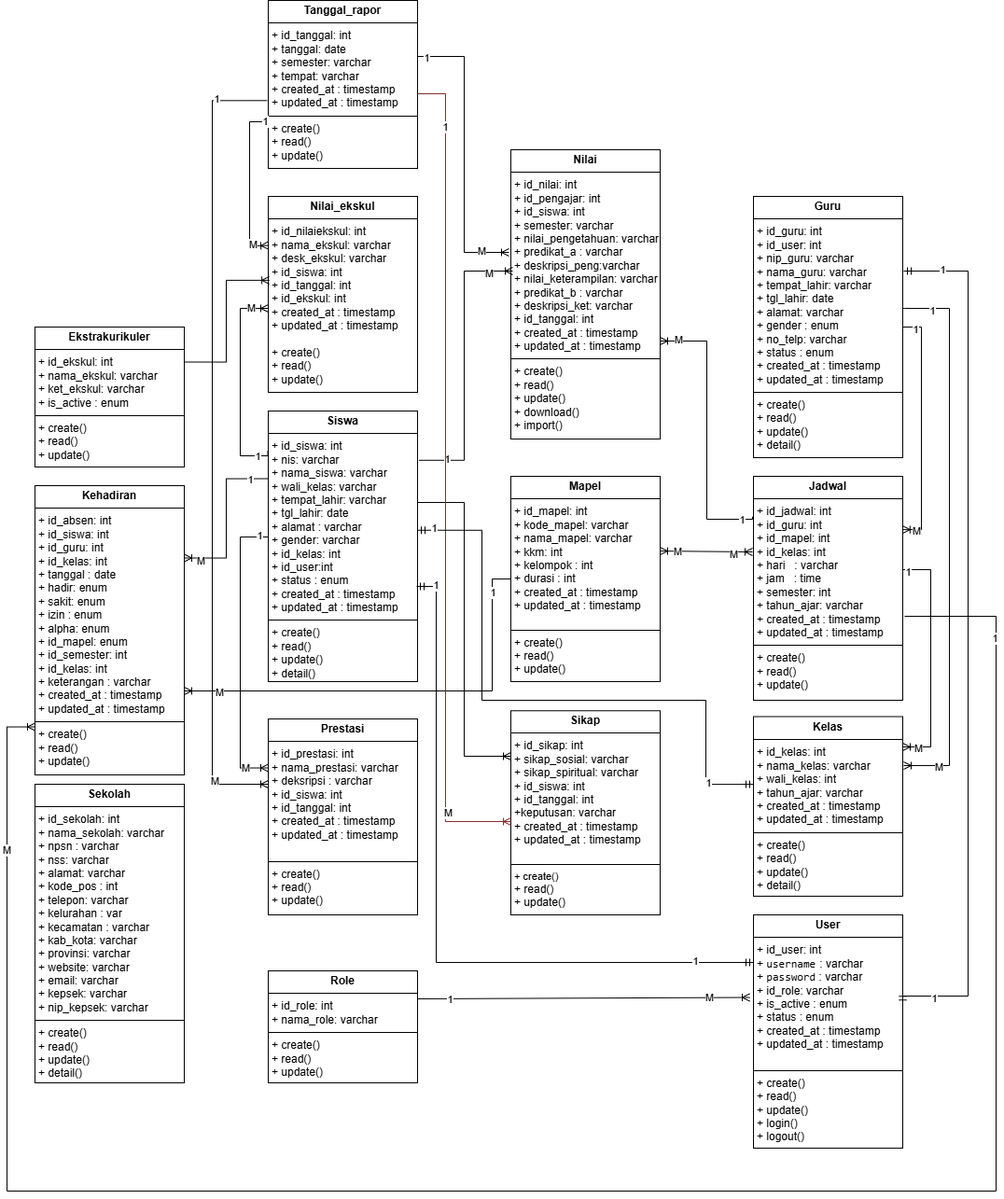
This is CLASS DIAGRAM E RAPORT.drawio.png from akhiratunnisa24/Proyek-2-Web, a draw.io export, as it was before one commit. Source tidied: cells renumbered, new cells last; positions are measured from the earlier drawing's top-left corner, leaving out a move shared by most shapes.
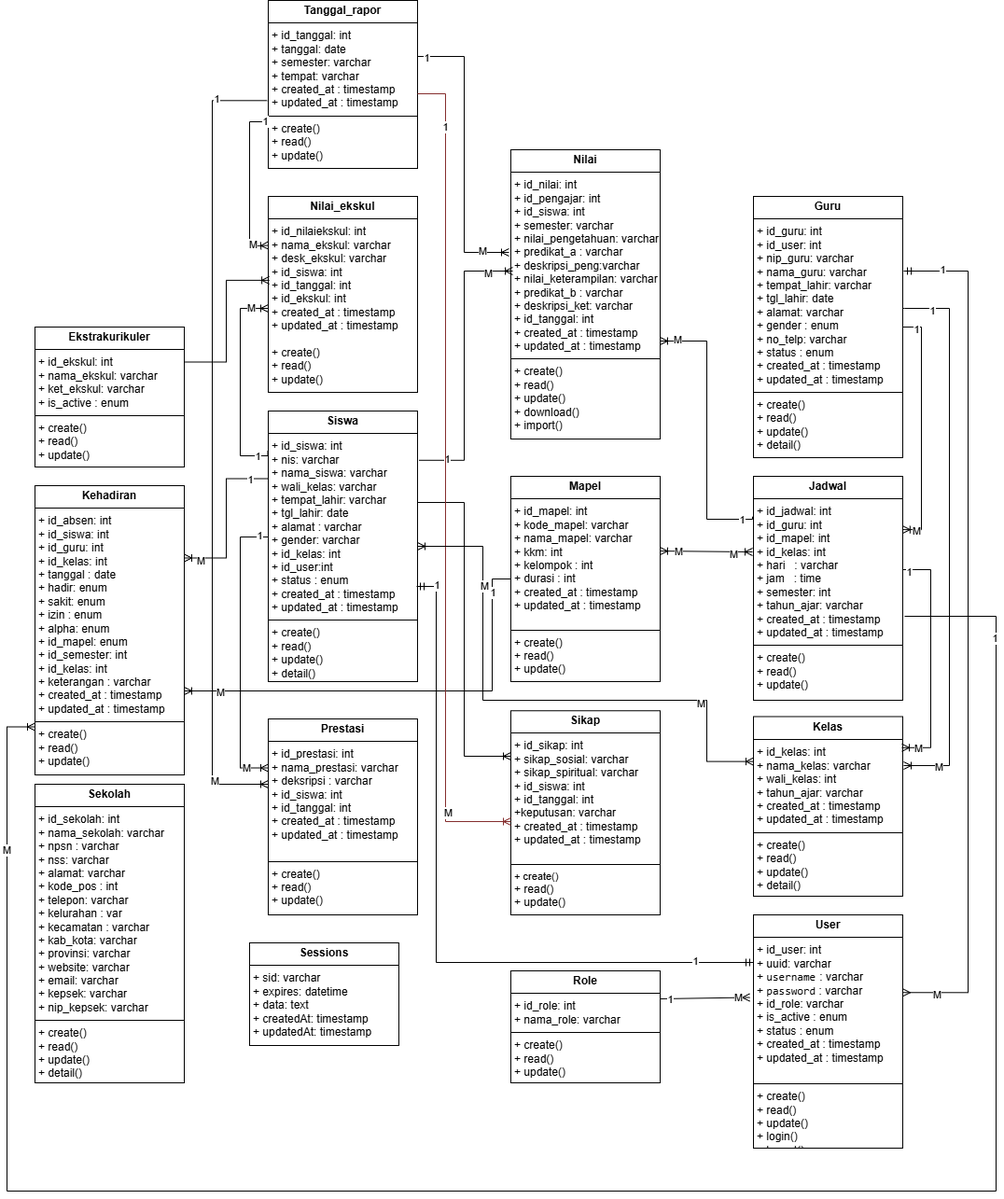
The same file after the commit.

Change to the diagram source:
```diff
@@ -17,11 +17,11 @@
     <mxCell id="6" value="&lt;p style=&quot;margin:0px;margin-top:4px;text-align:center;&quot;&gt;&lt;b&gt;Mapel&lt;/b&gt;&lt;/p&gt;&lt;hr size=&quot;1&quot; style=&quot;border-style:solid;&quot;&gt;&lt;p style=&quot;margin:0px;margin-left:4px;&quot;&gt;+ id_mapel: int&lt;/p&gt;&lt;p style=&quot;margin:0px;margin-left:4px;&quot;&gt;+ kode_mapel: varchar&lt;/p&gt;&lt;p style=&quot;margin:0px;margin-left:4px;&quot;&gt;+ nama_mapel: varchar&lt;/p&gt;&lt;p style=&quot;margin:0px;margin-left:4px;&quot;&gt;+ kkm: int&lt;/p&gt;&lt;p style=&quot;margin:0px;margin-left:4px;&quot;&gt;+ kelompok : int&lt;/p&gt;&lt;p style=&quot;margin:0px;margin-left:4px;&quot;&gt;+ durasi : int&lt;/p&gt;&lt;p style=&quot;margin: 0px 0px 0px 4px;&quot;&gt;&lt;span style=&quot;background-color: initial;&quot;&gt;+ created_at : timestamp&lt;/span&gt;&lt;/p&gt;&lt;p style=&quot;margin: 0px 0px 0px 4px;&quot;&gt;&lt;span style=&quot;background-color: initial;&quot;&gt;+ updated_at : timestamp&lt;/span&gt;&lt;/p&gt;&lt;div style=&quot;font-size: 11px;&quot;&gt;&lt;span style=&quot;background-color: initial;&quot;&gt;&lt;font style=&quot;font-size: 11px;&quot;&gt;&lt;br&gt;&lt;/font&gt;&lt;/span&gt;&lt;/div&gt;&lt;hr size=&quot;1&quot; style=&quot;border-style: solid; font-size: 11px;&quot;&gt;&lt;p style=&quot;margin:0px;margin-left:4px;&quot;&gt;+ create()&amp;nbsp;&lt;/p&gt;&lt;p style=&quot;margin:0px;margin-left:4px;&quot;&gt;+ read()&lt;/p&gt;&lt;p style=&quot;margin:0px;margin-left:4px;&quot;&gt;&lt;span style=&quot;background-color: initial;&quot;&gt;+ update()&lt;/span&gt;&lt;/p&gt;" style="verticalAlign=top;align=left;overflow=fill;html=1;whiteSpace=wrap;fontFamily=Helvetica;" parent="1" vertex="1">
       <mxGeometry x="540" y="510" width="160" height="220" as="geometry" />
     </mxCell>
-    <mxCell id="7" value="&lt;p style=&quot;margin:0px;margin-top:4px;text-align:center;&quot;&gt;&lt;b&gt;User&lt;/b&gt;&lt;/p&gt;&lt;hr size=&quot;1&quot; style=&quot;border-style:solid;&quot;&gt;&lt;p style=&quot;margin:0px;margin-left:4px;&quot;&gt;+ id_user: int&lt;/p&gt;&lt;p style=&quot;margin:0px;margin-left:4px;&quot;&gt;+ &lt;font face=&quot;monospace&quot;&gt;username&lt;/font&gt;&lt;font face=&quot;Verdana&quot;&gt;&amp;nbsp;&lt;/font&gt;: varchar&lt;/p&gt;&lt;p style=&quot;margin:0px;margin-left:4px;&quot;&gt;+&amp;nbsp;&lt;code&gt;password&lt;/code&gt;&amp;nbsp;: varchar&lt;/p&gt;&lt;p style=&quot;margin:0px;margin-left:4px;&quot;&gt;+ &lt;font&gt;id_role&lt;/font&gt;: varchar&lt;/p&gt;&lt;p style=&quot;margin:0px;margin-left:4px;&quot;&gt;+ is_active : enum&lt;/p&gt;&lt;p style=&quot;margin:0px;margin-left:4px;&quot;&gt;+ status : enum&lt;/p&gt;&lt;p style=&quot;margin: 0px 0px 0px 4px;&quot;&gt;&lt;span style=&quot;background-color: initial;&quot;&gt;+ created_at : timestamp&lt;/span&gt;&lt;/p&gt;&lt;p style=&quot;margin: 0px 0px 0px 4px;&quot;&gt;&lt;span style=&quot;background-color: initial;&quot;&gt;+ updated_at : timestamp&lt;/span&gt;&lt;/p&gt;&lt;div&gt;&lt;span style=&quot;background-color: initial;&quot;&gt;&lt;br&gt;&lt;/span&gt;&lt;/div&gt;&lt;hr size=&quot;1&quot; style=&quot;border-style:solid;&quot;&gt;&lt;p style=&quot;margin:0px;margin-left:4px;&quot;&gt;+ create()&lt;/p&gt;&lt;p style=&quot;margin:0px;margin-left:4px;&quot;&gt;+ read()&lt;/p&gt;&lt;p style=&quot;margin:0px;margin-left:4px;&quot;&gt;+ update()&lt;/p&gt;&lt;p style=&quot;margin:0px;margin-left:4px;&quot;&gt;&lt;span style=&quot;background-color: initial;&quot;&gt;+ login()&lt;/span&gt;&lt;/p&gt;&lt;p style=&quot;margin:0px;margin-left:4px;&quot;&gt;&lt;span style=&quot;background-color: initial;&quot;&gt;+ logout()&lt;/span&gt;&lt;/p&gt;" style="verticalAlign=top;align=left;overflow=fill;html=1;whiteSpace=wrap;fontFamily=Helvetica;" parent="1" vertex="1">
+    <mxCell id="7" value="&lt;p style=&quot;margin:0px;margin-top:4px;text-align:center;&quot;&gt;&lt;b&gt;User&lt;/b&gt;&lt;/p&gt;&lt;hr size=&quot;1&quot; style=&quot;border-style:solid;&quot;&gt;&lt;p style=&quot;margin:0px;margin-left:4px;&quot;&gt;+ id_user: int&lt;/p&gt;&lt;p style=&quot;margin:0px;margin-left:4px;&quot;&gt;+ uuid: varchar&lt;/p&gt;&lt;p style=&quot;margin:0px;margin-left:4px;&quot;&gt;+ &lt;font face=&quot;monospace&quot;&gt;username&lt;/font&gt;&lt;font face=&quot;Verdana&quot;&gt;&amp;nbsp;&lt;/font&gt;: varchar&lt;/p&gt;&lt;p style=&quot;margin:0px;margin-left:4px;&quot;&gt;+&amp;nbsp;&lt;code&gt;password&lt;/code&gt;&amp;nbsp;: varchar&lt;/p&gt;&lt;p style=&quot;margin:0px;margin-left:4px;&quot;&gt;+ &lt;font&gt;id_role&lt;/font&gt;: varchar&lt;/p&gt;&lt;p style=&quot;margin:0px;margin-left:4px;&quot;&gt;+ is_active : enum&lt;/p&gt;&lt;p style=&quot;margin:0px;margin-left:4px;&quot;&gt;+ status : enum&lt;/p&gt;&lt;p style=&quot;margin: 0px 0px 0px 4px;&quot;&gt;&lt;span style=&quot;background-color: initial;&quot;&gt;+ created_at : timestamp&lt;/span&gt;&lt;/p&gt;&lt;p style=&quot;margin: 0px 0px 0px 4px;&quot;&gt;&lt;span style=&quot;background-color: initial;&quot;&gt;+ updated_at : timestamp&lt;/span&gt;&lt;/p&gt;&lt;div&gt;&lt;span style=&quot;background-color: initial;&quot;&gt;&lt;br&gt;&lt;/span&gt;&lt;/div&gt;&lt;hr size=&quot;1&quot; style=&quot;border-style:solid;&quot;&gt;&lt;p style=&quot;margin:0px;margin-left:4px;&quot;&gt;+ create()&lt;/p&gt;&lt;p style=&quot;margin:0px;margin-left:4px;&quot;&gt;+ read()&lt;/p&gt;&lt;p style=&quot;margin:0px;margin-left:4px;&quot;&gt;+ update()&lt;/p&gt;&lt;p style=&quot;margin:0px;margin-left:4px;&quot;&gt;&lt;span style=&quot;background-color: initial;&quot;&gt;+ login()&lt;/span&gt;&lt;/p&gt;&lt;p style=&quot;margin:0px;margin-left:4px;&quot;&gt;&lt;span style=&quot;background-color: initial;&quot;&gt;+ logout()&lt;/span&gt;&lt;/p&gt;" style="verticalAlign=top;align=left;overflow=fill;html=1;whiteSpace=wrap;fontFamily=Helvetica;" parent="1" vertex="1">
       <mxGeometry x="800" y="980" width="160" height="250" as="geometry" />
     </mxCell>
     <mxCell id="8" value="&lt;p style=&quot;margin:0px;margin-top:4px;text-align:center;&quot;&gt;&lt;b&gt;Role&lt;/b&gt;&lt;/p&gt;&lt;hr size=&quot;1&quot; style=&quot;border-style:solid;&quot;&gt;&lt;p style=&quot;margin:0px;margin-left:4px;&quot;&gt;+ id_role: int&lt;/p&gt;&lt;p style=&quot;margin:0px;margin-left:4px;&quot;&gt;+ nama_role: varchar&lt;/p&gt;&lt;hr size=&quot;1&quot; style=&quot;border-style:solid;&quot;&gt;&lt;p style=&quot;margin:0px;margin-left:4px;&quot;&gt;+ create()&amp;nbsp;&lt;/p&gt;&lt;p style=&quot;margin:0px;margin-left:4px;&quot;&gt;+ read()&lt;/p&gt;&lt;p style=&quot;margin:0px;margin-left:4px;&quot;&gt;&lt;span style=&quot;background-color: initial;&quot;&gt;+ update()&lt;/span&gt;&lt;/p&gt;" style="verticalAlign=top;align=left;overflow=fill;html=1;whiteSpace=wrap;fontFamily=Helvetica;" parent="1" vertex="1">
-      <mxGeometry x="280" y="1040" width="160" height="120" as="geometry" />
+      <mxGeometry x="540" y="1040" width="160" height="120" as="geometry" />
     </mxCell>
     <mxCell id="9" value="&lt;p style=&quot;margin:0px;margin-top:4px;text-align:center;&quot;&gt;&lt;b&gt;Kehadiran&lt;/b&gt;&lt;/p&gt;&lt;hr size=&quot;1&quot; style=&quot;border-style:solid;&quot;&gt;&lt;p style=&quot;margin:0px;margin-left:4px;&quot;&gt;+ id_absen: int&lt;/p&gt;&lt;p style=&quot;margin:0px;margin-left:4px;&quot;&gt;+ id_siswa: int&lt;/p&gt;&lt;p style=&quot;margin:0px;margin-left:4px;&quot;&gt;+ id_guru: int&lt;/p&gt;&lt;p style=&quot;margin:0px;margin-left:4px;&quot;&gt;+ id_kelas: int&lt;/p&gt;&lt;p style=&quot;margin:0px;margin-left:4px;&quot;&gt;+ tanggal : date&lt;/p&gt;&lt;p style=&quot;margin:0px;margin-left:4px;&quot;&gt;+ hadir: enum&lt;/p&gt;&lt;p style=&quot;margin:0px;margin-left:4px;&quot;&gt;+ sakit: enum&lt;/p&gt;&lt;p style=&quot;margin:0px;margin-left:4px;&quot;&gt;+ izin : enum&lt;/p&gt;&lt;p style=&quot;margin:0px;margin-left:4px;&quot;&gt;+ alpha: enum&lt;/p&gt;&lt;p style=&quot;margin:0px;margin-left:4px;&quot;&gt;+ id_mapel: enum&lt;/p&gt;&lt;p style=&quot;margin:0px;margin-left:4px;&quot;&gt;+ id_semester: int&lt;/p&gt;&lt;p style=&quot;margin:0px;margin-left:4px;&quot;&gt;+ id_kelas: int&lt;/p&gt;&lt;p style=&quot;margin:0px;margin-left:4px;&quot;&gt;+ keterangan : varchar&lt;/p&gt;&lt;p style=&quot;margin: 0px 0px 0px 4px;&quot;&gt;&lt;span style=&quot;background-color: initial;&quot;&gt;+ created_at : timestamp&lt;/span&gt;&lt;/p&gt;&lt;p style=&quot;margin: 0px 0px 0px 4px;&quot;&gt;&lt;span style=&quot;background-color: initial;&quot;&gt;+ updated_at : timestamp&lt;/span&gt;&lt;/p&gt;&lt;hr size=&quot;1&quot; style=&quot;border-style:solid;&quot;&gt;&lt;p style=&quot;margin:0px;margin-left:4px;&quot;&gt;+ create()&amp;nbsp;&lt;/p&gt;&lt;p style=&quot;margin:0px;margin-left:4px;&quot;&gt;+ read()&lt;/p&gt;&lt;p style=&quot;margin:0px;margin-left:4px;&quot;&gt;&lt;span style=&quot;background-color: initial;&quot;&gt;+ update()&lt;/span&gt;&lt;/p&gt;" style="verticalAlign=top;align=left;overflow=fill;html=1;whiteSpace=wrap;fontFamily=Helvetica;" parent="1" vertex="1">
       <mxGeometry x="30" y="520" width="160" height="310" as="geometry" />
@@ -224,16 +224,16 @@
     <mxCell id="51" value="M" style="edgeLabel;html=1;align=center;verticalAlign=middle;" parent="49" vertex="1">
       <mxGeometry x="0.75" relative="1" as="geometry" />
     </mxCell>
-    <mxCell id="52" style="edgeStyle=orthogonalEdgeStyle;fontSize=12;html=1;endArrow=ERmandOne;startArrow=ERmandOne;rounded=0;exitX=1;exitY=0.333;exitDx=0;exitDy=0;exitPerimeter=0;" parent="1" edge="1" source="7">
+    <mxCell id="52" style="edgeStyle=orthogonalEdgeStyle;fontSize=12;html=1;endArrow=ERmandOne;startArrow=ERmany;rounded=0;exitX=1;exitY=0.333;exitDx=0;exitDy=0;exitPerimeter=0;startFill=0;" parent="1" edge="1" source="7">
       <mxGeometry relative="1" as="geometry">
         <mxPoint x="961" y="290" as="targetPoint" />
         <Array as="points">
-          <mxPoint x="1030" y="1067" />
+          <mxPoint x="1030" y="1063" />
           <mxPoint x="1030" y="290" />
         </Array>
       </mxGeometry>
     </mxCell>
-    <mxCell id="53" value="1" style="edgeLabel;html=1;align=center;verticalAlign=middle;" parent="52" vertex="1">
+    <mxCell id="53" value="M" style="edgeLabel;html=1;align=center;verticalAlign=middle;" parent="52" vertex="1">
       <mxGeometry x="-0.92" y="-2" relative="1" as="geometry">
         <mxPoint x="1" as="offset" />
       </mxGeometry>
@@ -329,23 +329,6 @@
     <mxCell id="69" value="M" style="edgeLabel;html=1;align=center;verticalAlign=middle;" parent="67" vertex="1">
       <mxGeometry x="0.82" y="2" relative="1" as="geometry" />
     </mxCell>
-    <mxCell id="70" style="fontSize=12;html=1;endArrow=ERmandOne;startArrow=ERmandOne;rounded=0;exitX=0;exitY=0.377;exitDx=0;exitDy=0;edgeStyle=orthogonalEdgeStyle;exitPerimeter=0;" parent="1" edge="1" source="3">
-      <mxGeometry relative="1" as="geometry">
-        <mxPoint x="440" y="567.8" as="targetPoint" />
-        <Array as="points">
-          <mxPoint x="749" y="840" />
-          <mxPoint x="749" y="750" />
-          <mxPoint x="509" y="750" />
-          <mxPoint x="509" y="568" />
-        </Array>
-      </mxGeometry>
-    </mxCell>
-    <mxCell id="71" value="1" style="edgeLabel;html=1;align=center;verticalAlign=middle;" parent="70" vertex="1">
-      <mxGeometry x="0.94" y="-2" relative="1" as="geometry" />
-    </mxCell>
-    <mxCell id="72" value="1" style="edgeLabel;html=1;align=center;verticalAlign=middle;" parent="70" vertex="1">
-      <mxGeometry x="-0.84" y="-2" relative="1" as="geometry" />
-    </mxCell>
     <mxCell id="73" style="fontSize=12;html=1;endArrow=ERoneToMany;rounded=0;entryX=0;entryY=0.75;entryDx=0;entryDy=0;edgeStyle=orthogonalEdgeStyle;" parent="1" edge="1">
       <mxGeometry relative="1" as="geometry">
         <mxPoint x="962" y="660" as="sourcePoint" />
@@ -364,5 +347,26 @@
     <mxCell id="75" value="M" style="edgeLabel;html=1;align=center;verticalAlign=middle;" parent="73" vertex="1">
       <mxGeometry x="0.86" y="1" relative="1" as="geometry" />
     </mxCell>
+    <mxCell id="76" style="fontSize=12;html=1;endArrow=ERoneToMany;startArrow=ERoneToMany;rounded=0;exitX=1;exitY=0.5;exitDx=0;exitDy=0;entryX=0;entryY=0.25;entryDx=0;entryDy=0;edgeStyle=orthogonalEdgeStyle;" parent="1" edge="1" source="5" target="3">
+      <mxGeometry relative="1" as="geometry">
+        <Array as="points">
+          <mxPoint x="510" y="585" />
+          <mxPoint x="510" y="750" />
+          <mxPoint x="750" y="750" />
+          <mxPoint x="750" y="816" />
+        </Array>
+      </mxGeometry>
+    </mxCell>
+    <mxCell id="77" value="M" style="edgeLabel;html=1;align=center;verticalAlign=middle;" parent="76" vertex="1">
+      <mxGeometry x="0.59" y="-3" relative="1" as="geometry" />
+    </mxCell>
+    <mxCell id="78" value="M" style="edgeLabel;html=1;align=center;verticalAlign=middle;" parent="76" vertex="1">
+      <mxGeometry x="-0.62" y="1" relative="1" as="geometry">
+        <mxPoint y="1" as="offset" />
+      </mxGeometry>
+    </mxCell>
+    <mxCell id="79" value="&lt;p style=&quot;margin:0px;margin-top:4px;text-align:center;&quot;&gt;&lt;b&gt;Sessions&lt;/b&gt;&lt;/p&gt;&lt;hr size=&quot;1&quot; style=&quot;border-style:solid;&quot;&gt;&lt;p style=&quot;margin:0px;margin-left:4px;&quot;&gt;+ sid: varchar&lt;/p&gt;&lt;p style=&quot;margin:0px;margin-left:4px;&quot;&gt;+ expires: datetime&lt;/p&gt;&lt;p style=&quot;margin:0px;margin-left:4px;&quot;&gt;+ data: text&lt;/p&gt;&lt;p style=&quot;margin:0px;margin-left:4px;&quot;&gt;+ createdAt: timestamp&lt;/p&gt;&lt;p style=&quot;margin:0px;margin-left:4px;&quot;&gt;+ updatedAt: timestamp&lt;/p&gt;" style="verticalAlign=top;align=left;overflow=fill;html=1;whiteSpace=wrap;fontFamily=Helvetica;" parent="1" vertex="1">
+      <mxGeometry x="260" y="1010" width="160" height="110" as="geometry" />
+    </mxCell>
   </root>
 </mxGraphModel>
```
